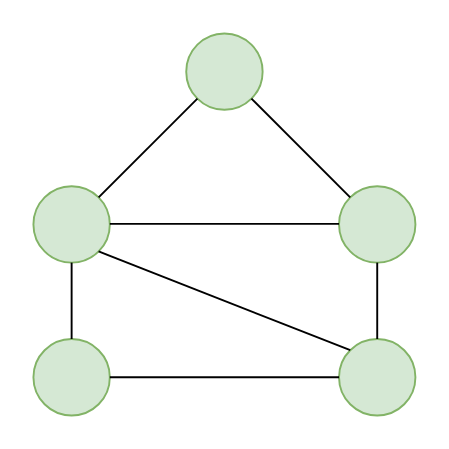
mahendra49/draw-io keeps this draw.io diagram as krushals.drawio. Above is the earlier version. Source tidied: cells renumbered, new cells numbered last; positions are measured from the earlier drawing's top-left corner, leaving out a move shared by most shapes. Both pictures are drawn from the tidied source at 191%, with x=0, y=0 at pixel (32, 32).
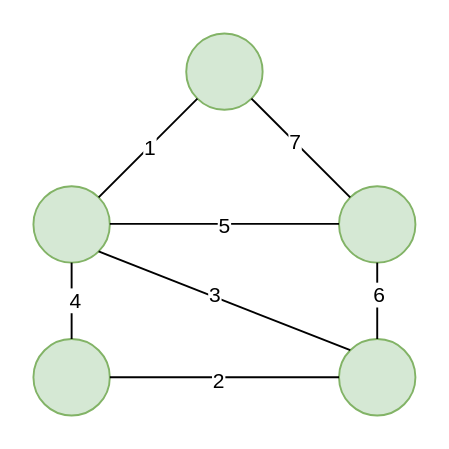
The same page after the edit.

The change refers to these unchanged cells:
```xml
<mxCell id="7" style="endArrow=none;html=1;rounded=0;entryX=0;entryY=1;entryDx=0;entryDy=0;exitX=1;exitY=0;exitDx=0;exitDy=0;" parent="1" edge="1" source="3" target="2">
  <mxGeometry relative="1" as="geometry" />
</mxCell>
<mxCell id="8" style="endArrow=none;html=1;rounded=0;entryX=1;entryY=1;entryDx=0;entryDy=0;exitX=0;exitY=0;exitDx=0;exitDy=0;" parent="1" edge="1" source="4" target="2">
  <mxGeometry relative="1" as="geometry" />
</mxCell>
<mxCell id="9" style="endArrow=none;html=1;rounded=0;exitX=0.5;exitY=1;exitDx=0;exitDy=0;entryX=0.5;entryY=0;entryDx=0;entryDy=0;" parent="1" edge="1" source="3" target="5">
  <mxGeometry relative="1" as="geometry" />
</mxCell>
<mxCell id="10" style="endArrow=none;html=1;rounded=0;exitX=0.5;exitY=1;exitDx=0;exitDy=0;entryX=0.5;entryY=0;entryDx=0;entryDy=0;" parent="1" edge="1" source="4" target="6">
  <mxGeometry relative="1" as="geometry" />
</mxCell>
<mxCell id="11" style="endArrow=none;html=1;rounded=0;exitX=1;exitY=0.5;exitDx=0;exitDy=0;entryX=0;entryY=0.5;entryDx=0;entryDy=0;" parent="1" edge="1" source="5" target="6">
  <mxGeometry relative="1" as="geometry" />
</mxCell>
<mxCell id="12" style="endArrow=none;html=1;rounded=0;exitX=1;exitY=0.5;exitDx=0;exitDy=0;entryX=0;entryY=0.5;entryDx=0;entryDy=0;" parent="1" edge="1">
  <mxGeometry relative="1" as="geometry">
    <mxPoint x="40" y="99.7" as="sourcePoint" />
    <mxPoint x="160" y="99.7" as="targetPoint" />
  </mxGeometry>
</mxCell>
<mxCell id="13" style="endArrow=none;html=1;rounded=0;exitX=1;exitY=1;exitDx=0;exitDy=0;entryX=0;entryY=0;entryDx=0;entryDy=0;" parent="1" edge="1" source="3" target="6">
  <mxGeometry relative="1" as="geometry" />
</mxCell>
```

Change to the diagram source:
```diff
@@
+    <mxCell id="14" value="1" style="edgeLabel;html=1;align=center;verticalAlign=middle;" parent="7" vertex="1">
+      <mxGeometry relative="1" as="geometry" />
+    </mxCell>
@@
+    <mxCell id="15" value="7" style="edgeLabel;html=1;align=center;verticalAlign=middle;" parent="8" vertex="1">
+      <mxGeometry x="0.14" relative="1" as="geometry" />
+    </mxCell>
@@
+    <mxCell id="16" value="4" style="edgeLabel;html=1;align=center;verticalAlign=middle;" parent="9" vertex="1">
+      <mxGeometry x="-0.05" y="1" relative="1" as="geometry" />
+    </mxCell>
@@
+    <mxCell id="17" value="6" style="edgeLabel;html=1;align=center;verticalAlign=middle;" parent="10" vertex="1">
+      <mxGeometry x="-0.18" relative="1" as="geometry" />
+    </mxCell>
@@
+    <mxCell id="18" value="2" style="edgeLabel;html=1;align=center;verticalAlign=middle;" parent="11" vertex="1">
+      <mxGeometry x="-0.07" y="-1" relative="1" as="geometry" />
+    </mxCell>
@@
+    <mxCell id="19" value="5" style="edgeLabel;html=1;align=center;verticalAlign=middle;" parent="12" vertex="1">
+      <mxGeometry x="-0.02" y="-1" relative="1" as="geometry" />
+    </mxCell>
@@
+    <mxCell id="20" value="3" style="edgeLabel;html=1;align=center;verticalAlign=middle;" parent="13" vertex="1">
+      <mxGeometry x="-0.1" y="1" relative="1" as="geometry" />
+    </mxCell>
```
